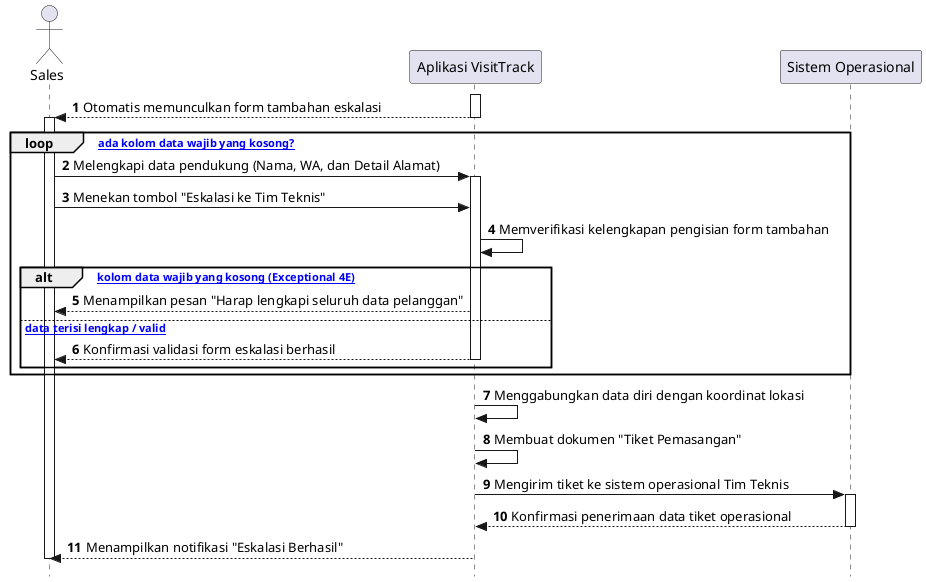
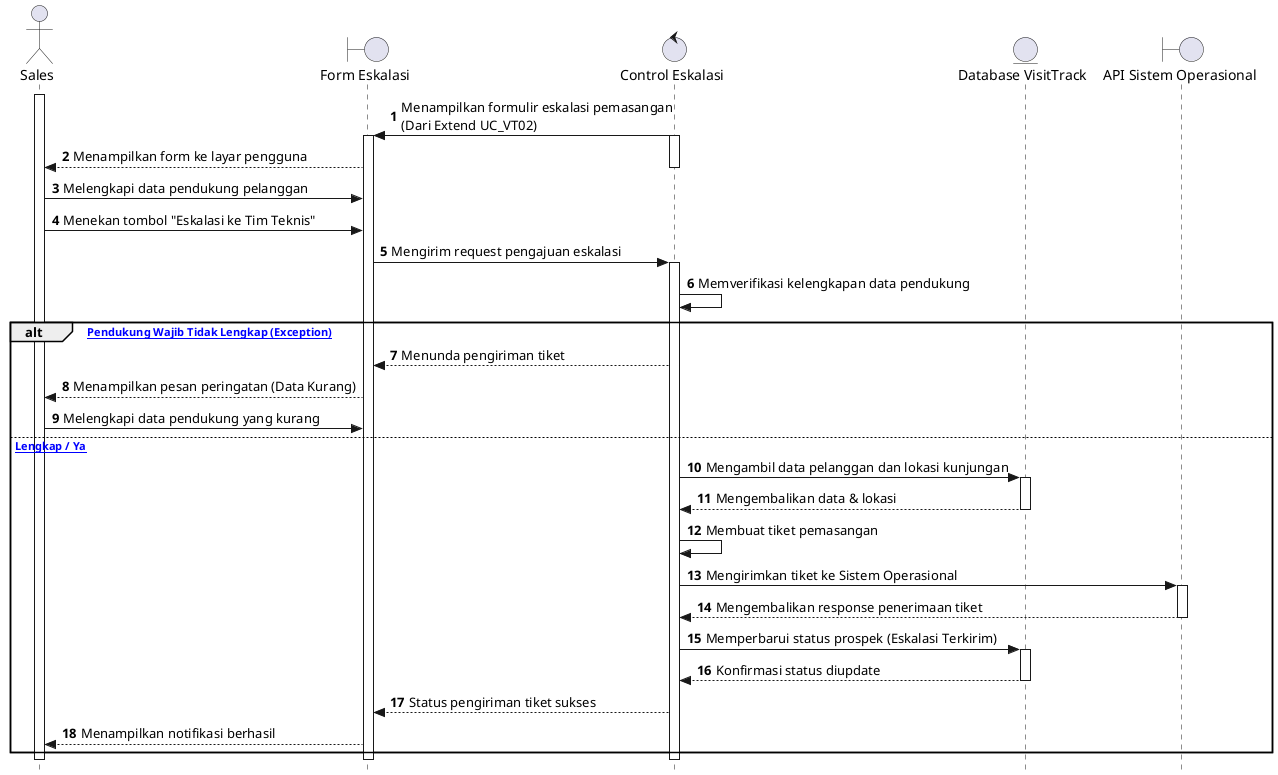
@startuml
autonumber
skinparam style strictuml

actor Sales
- participant "Aplikasi VisitTrack" as App
- participant "Sistem Operasional" as SysOp
- 
- activate App
- App --> Sales: Otomatis memunculkan form tambahan eskalasi
- deactivate App
+ boundary "Form Eskalasi" as Form
+ control "Control Eskalasi" as Ctrl
+ entity "Database VisitTrack" as DB
+ boundary "API Sistem Operasional" as API

activate Sales
- loop [Apakah ada kolom data wajib yang kosong?]
-     Sales -> App: Melengkapi data pendukung (Nama, WA, dan Detail Alamat)
-     activate App
-     Sales -> App: Menekan tombol "Eskalasi ke Tim Teknis"
-     App -> App: Memverifikasi kelengkapan pengisian form tambahan
+ Ctrl -> Form: Menampilkan formulir eskalasi pemasangan\n(Dari Extend UC_VT02)
+ activate Ctrl
+ activate Form
+ Form --> Sales: Menampilkan form ke layar pengguna
+ deactivate Ctrl

-     alt [Ada kolom data wajib yang kosong (Exceptional 4E)]
-         App --> Sales: Menampilkan pesan "Harap lengkapi seluruh data pelanggan"
-     else [Seluruh data terisi lengkap / valid]
-         App --> Sales: Konfirmasi validasi form eskalasi berhasil
-         deactivate App
-     end
+ Sales -> Form: Melengkapi data pendukung pelanggan
+ Sales -> Form: Menekan tombol "Eskalasi ke Tim Teknis"
+ Form -> Ctrl: Mengirim request pengajuan eskalasi
+ activate Ctrl
+ Ctrl -> Ctrl: Memverifikasi kelengkapan data pendukung
+ 
+ alt [Data Pendukung Wajib Tidak Lengkap (Exception)]
+     Ctrl --> Form: Menunda pengiriman tiket
+     Form --> Sales: Menampilkan pesan peringatan (Data Kurang)
+     Sales -> Form: Melengkapi data pendukung yang kurang
+ else [Data Lengkap / Ya]
+     Ctrl -> DB: Mengambil data pelanggan dan lokasi kunjungan
+     activate DB
+     DB --> Ctrl: Mengembalikan data & lokasi
+     deactivate DB
+     Ctrl -> Ctrl: Membuat tiket pemasangan
+ 
+     Ctrl -> API: Mengirimkan tiket ke Sistem Operasional
+     activate API
+     API --> Ctrl: Mengembalikan response penerimaan tiket
+     deactivate API
+ 
+     Ctrl -> DB: Memperbarui status prospek (Eskalasi Terkirim)
+     activate DB
+     DB --> Ctrl: Konfirmasi status diupdate
+     deactivate DB
+ 
+     Ctrl --> Form: Status pengiriman tiket sukses
+     Form --> Sales: Menampilkan notifikasi berhasil
end

- activate App
- App -> App: Menggabungkan data diri dengan koordinat lokasi
- App -> App: Membuat dokumen "Tiket Pemasangan"
- App -> SysOp: Mengirim tiket ke sistem operasional Tim Teknis
- activate SysOp
- SysOp --> App: Konfirmasi penerimaan data tiket operasional
- deactivate SysOp
- App --> Sales: Menampilkan notifikasi "Eskalasi Berhasil"
- deactivate App
+ deactivate Ctrl
+ deactivate Form
deactivate Sales
@enduml